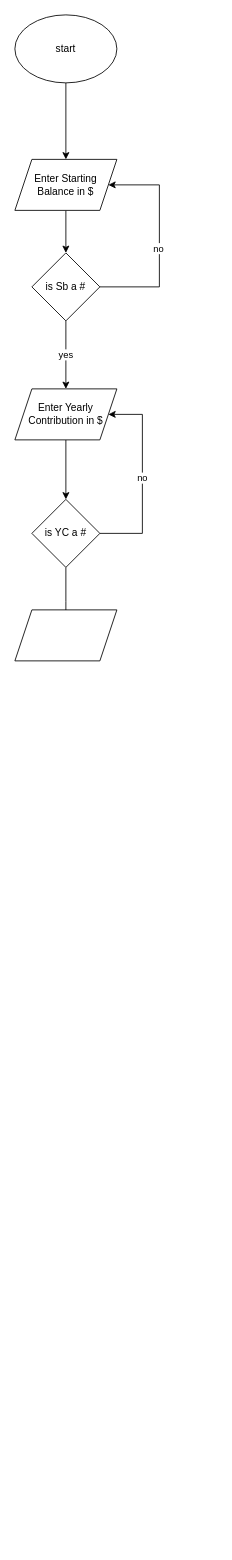
The draw.io diagram Untitled Diagram.drawio in Amcurrin/eeeeeeeee, before the edit. Source tidied: cells renumbered, new cells numbered last; positions are measured from the earlier drawing's top-left corner, leaving out a move shared by most shapes. Both pictures are drawn from the tidied source at 85%, with x=0, y=0 at pixel (14, 14).
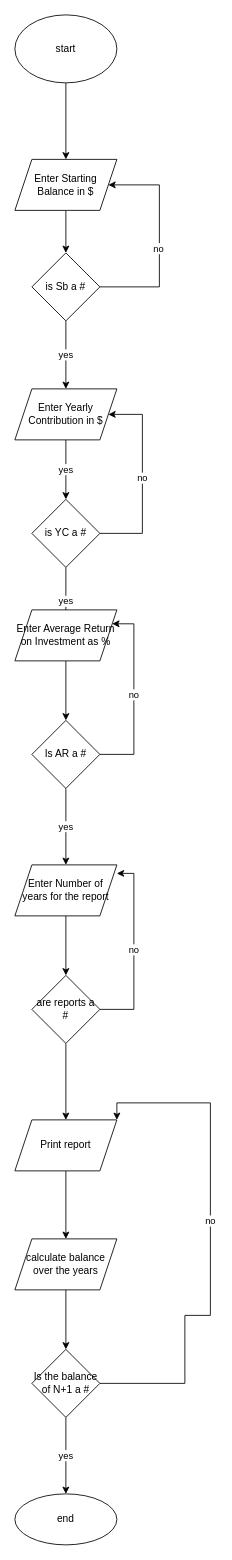
The same page after the edit.

Unchanged cells that the change refers to:
```xml
<mxCell id="11" value="Enter Yearly Contribution in $" style="shape=parallelogram;perimeter=parallelogramPerimeter;whiteSpace=wrap;html=1;fixedSize=1;" parent="1" vertex="1">
  <mxGeometry y="440" width="120" height="60" as="geometry" />
</mxCell>
<mxCell id="14" value="is YC a #" style="rhombus;whiteSpace=wrap;html=1;" parent="1" vertex="1">
  <mxGeometry x="20" y="570" width="80" height="80" as="geometry" />
</mxCell>
```

Change to the diagram source:
```diff
@@
-    <mxCell id="10" style="edgeStyle=orthogonalEdgeStyle;rounded=0;jettySize=auto;html=1;" parent="1" edge="1" source="11" target="14">
+    <mxCell id="10" value="yes" style="edgeStyle=orthogonalEdgeStyle;rounded=0;jettySize=auto;html=1;" parent="1" edge="1" source="11" target="14">
       <mxGeometry relative="1" as="geometry" />
     </mxCell>
@@
-    <mxCell id="13" style="edgeStyle=orthogonalEdgeStyle;rounded=0;jettySize=auto;html=1;" parent="1" edge="1" source="14">
+    <mxCell id="13" value="yes" style="edgeStyle=orthogonalEdgeStyle;rounded=0;jettySize=auto;html=1;" parent="1" edge="1" source="14">
       <mxGeometry relative="1" as="geometry">
         <mxPoint x="60" y="730" as="targetPoint" />
       </mxGeometry>
     </mxCell>
@@
+    <mxCell id="16" style="edgeStyle=orthogonalEdgeStyle;rounded=0;jettySize=auto;html=1;" parent="1" edge="1" source="15" target="19">
+      <mxGeometry relative="1" as="geometry" />
+    </mxCell>
-    <mxCell id="15" style="shape=parallelogram;perimeter=parallelogramPerimeter;whiteSpace=wrap;html=1;fixedSize=1;" parent="1" vertex="1">
+    <mxCell id="15" value="Enter Average Return on Investment as %" style="shape=parallelogram;perimeter=parallelogramPerimeter;whiteSpace=wrap;html=1;fixedSize=1;" parent="1" vertex="1">
       <mxGeometry y="700" width="120" height="60" as="geometry" />
     </mxCell>
+    <mxCell id="17" value="no" style="edgeStyle=orthogonalEdgeStyle;rounded=0;jettySize=auto;html=1;exitX=1;exitY=0.5;exitDx=0;exitDy=0;entryX=1;entryY=0.25;entryDx=0;entryDy=0;" parent="1" edge="1" source="19" target="15">
+      <mxGeometry relative="1" as="geometry">
+        <Array as="points">
+          <mxPoint x="140" y="870" />
+          <mxPoint x="140" y="716" />
+        </Array>
+      </mxGeometry>
+    </mxCell>
+    <mxCell id="18" value="yes" style="edgeStyle=orthogonalEdgeStyle;rounded=0;jettySize=auto;html=1;" parent="1" edge="1" source="19" target="21">
+      <mxGeometry relative="1" as="geometry" />
+    </mxCell>
+    <mxCell id="19" value="Is AR a #" style="rhombus;whiteSpace=wrap;html=1;" parent="1" vertex="1">
+      <mxGeometry x="20" y="830" width="80" height="80" as="geometry" />
+    </mxCell>
+    <mxCell id="20" style="edgeStyle=orthogonalEdgeStyle;rounded=0;jettySize=auto;html=1;" parent="1" edge="1" source="21" target="24">
+      <mxGeometry relative="1" as="geometry" />
+    </mxCell>
+    <mxCell id="21" value="Enter Number of years for the report" style="shape=parallelogram;perimeter=parallelogramPerimeter;whiteSpace=wrap;html=1;fixedSize=1;" parent="1" vertex="1">
+      <mxGeometry y="1000" width="120" height="60" as="geometry" />
+    </mxCell>
+    <mxCell id="22" value="no" style="edgeStyle=orthogonalEdgeStyle;rounded=0;jettySize=auto;html=1;entryX=1;entryY=0.167;entryDx=0;entryDy=0;entryPerimeter=0;" parent="1" edge="1" source="24" target="21">
+      <mxGeometry relative="1" as="geometry">
+        <Array as="points">
+          <mxPoint x="140" y="1170" />
+          <mxPoint x="140" y="1010" />
+        </Array>
+      </mxGeometry>
+    </mxCell>
+    <mxCell id="23" style="edgeStyle=orthogonalEdgeStyle;rounded=0;jettySize=auto;html=1;" parent="1" edge="1" source="24" target="26">
+      <mxGeometry relative="1" as="geometry" />
+    </mxCell>
+    <mxCell id="24" value="are reports a #" style="rhombus;whiteSpace=wrap;html=1;" parent="1" vertex="1">
+      <mxGeometry x="20" y="1130" width="80" height="80" as="geometry" />
+    </mxCell>
+    <mxCell id="25" style="edgeStyle=orthogonalEdgeStyle;rounded=0;jettySize=auto;html=1;" parent="1" edge="1" source="26" target="28">
+      <mxGeometry relative="1" as="geometry" />
+    </mxCell>
+    <mxCell id="26" value="Print report" style="shape=parallelogram;perimeter=parallelogramPerimeter;whiteSpace=wrap;html=1;fixedSize=1;" parent="1" vertex="1">
+      <mxGeometry y="1300" width="120" height="60" as="geometry" />
+    </mxCell>
+    <mxCell id="27" style="edgeStyle=orthogonalEdgeStyle;rounded=0;jettySize=auto;html=1;" parent="1" edge="1" source="28" target="32">
+      <mxGeometry relative="1" as="geometry" />
+    </mxCell>
+    <mxCell id="28" value="calculate balance over the years" style="shape=parallelogram;perimeter=parallelogramPerimeter;whiteSpace=wrap;html=1;fixedSize=1;" parent="1" vertex="1">
+      <mxGeometry y="1440" width="120" height="60" as="geometry" />
+    </mxCell>
+    <mxCell id="29" style="edgeStyle=orthogonalEdgeStyle;rounded=0;jettySize=auto;html=1;entryX=1;entryY=0;entryDx=0;entryDy=0;" parent="1" edge="1" source="32" target="26">
+      <mxGeometry relative="1" as="geometry">
+        <Array as="points">
+          <mxPoint x="200" y="1610" />
+          <mxPoint x="200" y="1530" />
+          <mxPoint x="230" y="1530" />
+          <mxPoint x="230" y="1280" />
+          <mxPoint x="120" y="1280" />
+        </Array>
+      </mxGeometry>
+    </mxCell>
+    <mxCell id="30" value="no" style="edgeLabel;html=1;align=center;verticalAlign=middle;" parent="29" vertex="1">
+      <mxGeometry x="0.09" y="1" relative="1" as="geometry" />
+    </mxCell>
+    <mxCell id="31" value="yes" style="edgeStyle=orthogonalEdgeStyle;rounded=0;jettySize=auto;html=1;" parent="1" edge="1" source="32" target="33">
+      <mxGeometry relative="1" as="geometry" />
+    </mxCell>
+    <mxCell id="32" value="Is the balance of N+1 a #" style="rhombus;whiteSpace=wrap;html=1;" parent="1" vertex="1">
+      <mxGeometry x="20" y="1570" width="80" height="80" as="geometry" />
+    </mxCell>
+    <mxCell id="33" value="end" style="ellipse;whiteSpace=wrap;html=1;" parent="1" vertex="1">
+      <mxGeometry y="1740" width="120" height="60" as="geometry" />
+    </mxCell>
```
